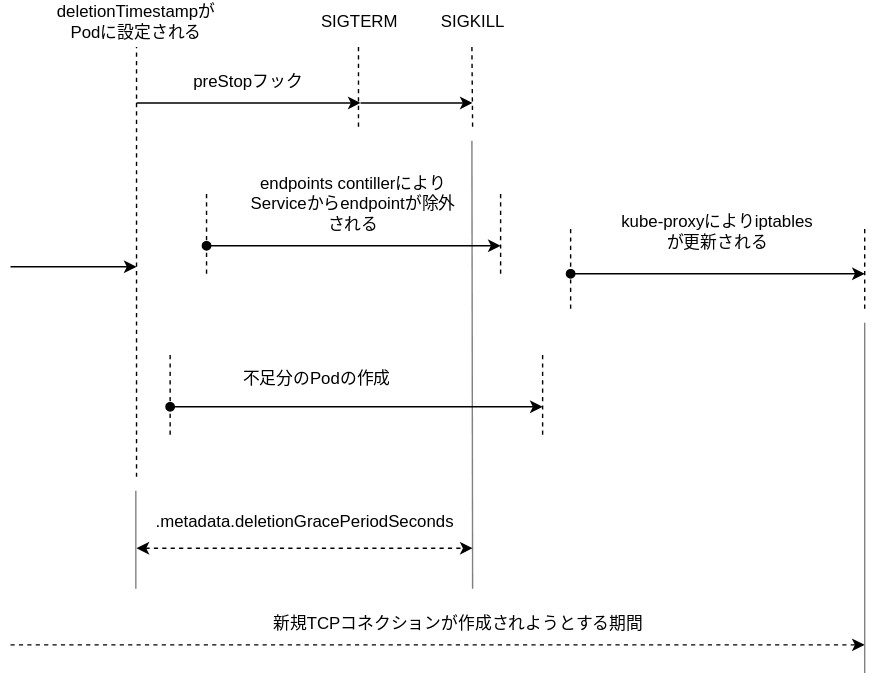
hhiroshell/alpaca-notes keeps this draw.io diagram as articles/images/kubernetes-graceful-shutdown-07.dio.svg. Above is the earlier version. Source tidied: cells renumbered, new cells last; positions are measured from the earlier drawing's top-left corner, leaving out a move shared by most shapes. Source of this version:
```xml
<mxGraphModel>
  <root>
    <mxCell id="0" />
    <mxCell id="1" parent="0" />
    <mxCell id="2" style="endArrow=none;html=1;fillColor=#bac8d3;strokeColor=#808080;" parent="1" edge="1">
      <mxGeometry relative="1" as="geometry">
        <mxPoint x="330" y="420" as="sourcePoint" />
        <mxPoint x="329.5" y="100" as="targetPoint" />
      </mxGeometry>
    </mxCell>
    <mxCell id="3" style="endArrow=classic;html=1;startArrow=oval;startFill=1;" parent="1" edge="1">
      <mxGeometry relative="1" as="geometry">
        <mxPoint x="140" y="175" as="sourcePoint" />
        <mxPoint x="350" y="175" as="targetPoint" />
      </mxGeometry>
    </mxCell>
    <mxCell id="4" style="endArrow=none;dashed=1;html=1;" parent="1" edge="1">
      <mxGeometry relative="1" as="geometry">
        <mxPoint x="140" y="195" as="sourcePoint" />
        <mxPoint x="140" y="135" as="targetPoint" />
      </mxGeometry>
    </mxCell>
    <mxCell id="5" style="endArrow=none;dashed=1;html=1;" parent="1" edge="1">
      <mxGeometry relative="1" as="geometry">
        <mxPoint x="350" y="195" as="sourcePoint" />
        <mxPoint x="350" y="135" as="targetPoint" />
      </mxGeometry>
    </mxCell>
    <mxCell id="6" value="endpoints contillerにより&lt;br&gt;Serviceからendpointが除外される" style="text;html=1;strokeColor=none;fillColor=none;align=center;verticalAlign=middle;whiteSpace=wrap;rounded=0;" parent="1" vertex="1">
      <mxGeometry x="170" y="130" width="150" height="30" as="geometry" />
    </mxCell>
    <mxCell id="7" style="endArrow=classic;html=1;startArrow=oval;startFill=1;" parent="1" edge="1">
      <mxGeometry relative="1" as="geometry">
        <mxPoint x="400" y="195" as="sourcePoint" />
        <mxPoint x="610" y="195" as="targetPoint" />
      </mxGeometry>
    </mxCell>
    <mxCell id="8" style="endArrow=none;dashed=1;html=1;" parent="1" edge="1">
      <mxGeometry relative="1" as="geometry">
        <mxPoint x="400" y="220" as="sourcePoint" />
        <mxPoint x="400" y="160" as="targetPoint" />
      </mxGeometry>
    </mxCell>
    <mxCell id="9" style="endArrow=none;dashed=1;html=1;" parent="1" edge="1">
      <mxGeometry relative="1" as="geometry">
        <mxPoint x="610" y="220" as="sourcePoint" />
        <mxPoint x="610" y="160" as="targetPoint" />
      </mxGeometry>
    </mxCell>
    <mxCell id="10" value="kube-proxyによりiptablesが更新される" style="text;html=1;strokeColor=none;fillColor=none;align=center;verticalAlign=middle;whiteSpace=wrap;rounded=0;" parent="1" vertex="1">
      <mxGeometry x="430" y="150" width="150" height="30" as="geometry" />
    </mxCell>
    <mxCell id="11" style="endArrow=classic;html=1;dashed=1;" parent="1" edge="1">
      <mxGeometry relative="1" as="geometry">
        <mxPoint y="460" as="sourcePoint" />
        <mxPoint x="610" y="460" as="targetPoint" />
      </mxGeometry>
    </mxCell>
    <mxCell id="12" value="新規TCPコネクションが作成されようとする期間" style="text;html=1;strokeColor=none;fillColor=none;align=center;verticalAlign=middle;whiteSpace=wrap;rounded=0;fontStyle=0;" parent="1" vertex="1">
      <mxGeometry x="180" y="430" width="280" height="30" as="geometry" />
    </mxCell>
    <mxCell id="13" style="endArrow=classic;html=1;" parent="1" edge="1">
      <mxGeometry relative="1" as="geometry">
        <mxPoint y="190" as="sourcePoint" />
        <mxPoint x="90" y="190" as="targetPoint" />
      </mxGeometry>
    </mxCell>
    <mxCell id="14" style="endArrow=none;dashed=1;html=1;" parent="1" edge="1">
      <mxGeometry relative="1" as="geometry">
        <mxPoint x="90" y="340" as="sourcePoint" />
        <mxPoint x="90" y="33" as="targetPoint" />
      </mxGeometry>
    </mxCell>
    <mxCell id="15" value="deletionTimestampがPodに設定される" style="text;html=1;strokeColor=none;fillColor=none;align=center;verticalAlign=middle;whiteSpace=wrap;rounded=0;" parent="1" vertex="1">
      <mxGeometry x="30" width="120" height="30" as="geometry" />
    </mxCell>
    <mxCell id="16" style="endArrow=classic;html=1;" parent="1" edge="1">
      <mxGeometry relative="1" as="geometry">
        <mxPoint x="90" y="73" as="sourcePoint" />
        <mxPoint x="250" y="73" as="targetPoint" />
      </mxGeometry>
    </mxCell>
    <mxCell id="17" style="endArrow=classic;html=1;" parent="1" edge="1">
      <mxGeometry relative="1" as="geometry">
        <mxPoint x="250" y="73" as="sourcePoint" />
        <mxPoint x="330" y="73" as="targetPoint" />
      </mxGeometry>
    </mxCell>
    <mxCell id="18" style="endArrow=none;dashed=1;html=1;" parent="1" edge="1">
      <mxGeometry relative="1" as="geometry">
        <mxPoint x="248.5" y="90" as="sourcePoint" />
        <mxPoint x="248.5" y="30" as="targetPoint" />
      </mxGeometry>
    </mxCell>
    <mxCell id="19" style="endArrow=none;dashed=1;html=1;" parent="1" edge="1">
      <mxGeometry relative="1" as="geometry">
        <mxPoint x="330" y="90" as="sourcePoint" />
        <mxPoint x="329.5" y="33" as="targetPoint" />
      </mxGeometry>
    </mxCell>
    <mxCell id="20" value="preStopフック" style="text;html=1;strokeColor=none;fillColor=none;align=center;verticalAlign=middle;whiteSpace=wrap;rounded=0;" parent="1" vertex="1">
      <mxGeometry x="110" y="43" width="120" height="30" as="geometry" />
    </mxCell>
    <mxCell id="21" value="SIGTERM" style="text;html=1;align=center;verticalAlign=middle;" parent="1" vertex="1">
      <mxGeometry x="214" y="5" width="70" height="20" as="geometry" />
    </mxCell>
    <mxCell id="22" value="SIGKILL" style="text;html=1;align=center;verticalAlign=middle;" parent="1" vertex="1">
      <mxGeometry x="300" y="5" width="60" height="20" as="geometry" />
    </mxCell>
    <mxCell id="23" style="endArrow=classic;startArrow=classic;html=1;dashed=1;" parent="1" edge="1">
      <mxGeometry relative="1" as="geometry">
        <mxPoint x="90" y="391" as="sourcePoint" />
        <mxPoint x="330" y="391" as="targetPoint" />
      </mxGeometry>
    </mxCell>
    <mxCell id="24" value=".metadata.deletionGracePeriodSeconds" style="text;html=1;align=center;verticalAlign=middle;" parent="1" vertex="1">
      <mxGeometry x="95" y="362" width="230" height="20" as="geometry" />
    </mxCell>
    <mxCell id="25" style="endArrow=classic;html=1;startArrow=oval;startFill=1;" parent="1" edge="1">
      <mxGeometry relative="1" as="geometry">
        <mxPoint x="114" y="290" as="sourcePoint" />
        <mxPoint x="380" y="290" as="targetPoint" />
      </mxGeometry>
    </mxCell>
    <mxCell id="26" style="endArrow=none;dashed=1;html=1;" parent="1" edge="1">
      <mxGeometry relative="1" as="geometry">
        <mxPoint x="114" y="310" as="sourcePoint" />
        <mxPoint x="114" y="250" as="targetPoint" />
      </mxGeometry>
    </mxCell>
    <mxCell id="27" style="endArrow=none;dashed=1;html=1;" parent="1" edge="1">
      <mxGeometry relative="1" as="geometry">
        <mxPoint x="380" y="310" as="sourcePoint" />
        <mxPoint x="380" y="250" as="targetPoint" />
      </mxGeometry>
    </mxCell>
    <mxCell id="28" value="不足分のPodの作成" style="text;html=1;strokeColor=none;fillColor=none;align=center;verticalAlign=middle;whiteSpace=wrap;rounded=0;" parent="1" vertex="1">
      <mxGeometry x="144" y="255" width="150" height="30" as="geometry" />
    </mxCell>
    <mxCell id="29" style="endArrow=none;html=1;fillColor=#bac8d3;strokeColor=#808080;" parent="1" edge="1">
      <mxGeometry relative="1" as="geometry">
        <mxPoint x="89.5" y="420" as="sourcePoint" />
        <mxPoint x="89.5" y="350" as="targetPoint" />
      </mxGeometry>
    </mxCell>
    <mxCell id="30" style="endArrow=none;html=1;fillColor=#bac8d3;strokeColor=#808080;" parent="1" edge="1">
      <mxGeometry relative="1" as="geometry">
        <mxPoint x="610" y="480" as="sourcePoint" />
        <mxPoint x="610" y="230" as="targetPoint" />
      </mxGeometry>
    </mxCell>
  </root>
</mxGraphModel>
```
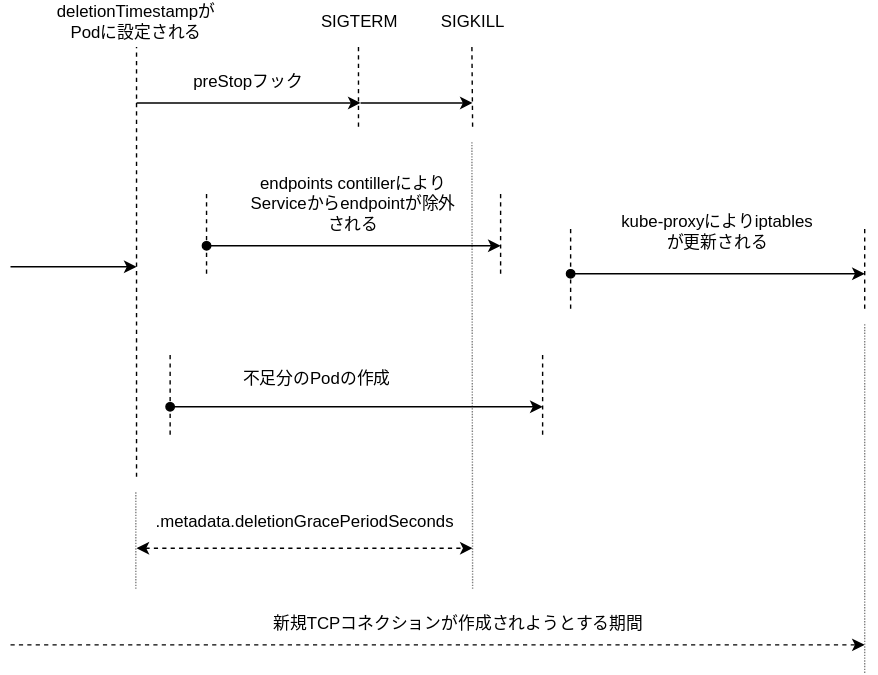
After the commit.

Change to the diagram source:
```diff
@@ -2,7 +2,7 @@
   <root>
     <mxCell id="0" />
     <mxCell id="1" parent="0" />
-    <mxCell id="2" style="endArrow=none;html=1;fillColor=#bac8d3;strokeColor=#808080;" parent="1" edge="1">
+    <mxCell id="2" style="endArrow=none;html=1;fillColor=#bac8d3;strokeColor=#808080;dashed=1;dashPattern=1 1;" parent="1" edge="1">
       <mxGeometry relative="1" as="geometry">
         <mxPoint x="330" y="420" as="sourcePoint" />
         <mxPoint x="329.5" y="100" as="targetPoint" />
@@ -137,13 +137,13 @@
     <mxCell id="28" value="不足分のPodの作成" style="text;html=1;strokeColor=none;fillColor=none;align=center;verticalAlign=middle;whiteSpace=wrap;rounded=0;" parent="1" vertex="1">
       <mxGeometry x="144" y="255" width="150" height="30" as="geometry" />
     </mxCell>
-    <mxCell id="29" style="endArrow=none;html=1;fillColor=#bac8d3;strokeColor=#808080;" parent="1" edge="1">
+    <mxCell id="29" style="endArrow=none;html=1;fillColor=#bac8d3;strokeColor=#808080;dashed=1;dashPattern=1 1;" parent="1" edge="1">
       <mxGeometry relative="1" as="geometry">
         <mxPoint x="89.5" y="420" as="sourcePoint" />
         <mxPoint x="89.5" y="350" as="targetPoint" />
       </mxGeometry>
     </mxCell>
-    <mxCell id="30" style="endArrow=none;html=1;fillColor=#bac8d3;strokeColor=#808080;" parent="1" edge="1">
+    <mxCell id="30" style="endArrow=none;html=1;fillColor=#bac8d3;strokeColor=#808080;dashed=1;dashPattern=1 1;" parent="1" edge="1">
       <mxGeometry relative="1" as="geometry">
         <mxPoint x="610" y="480" as="sourcePoint" />
         <mxPoint x="610" y="230" as="targetPoint" />
```
